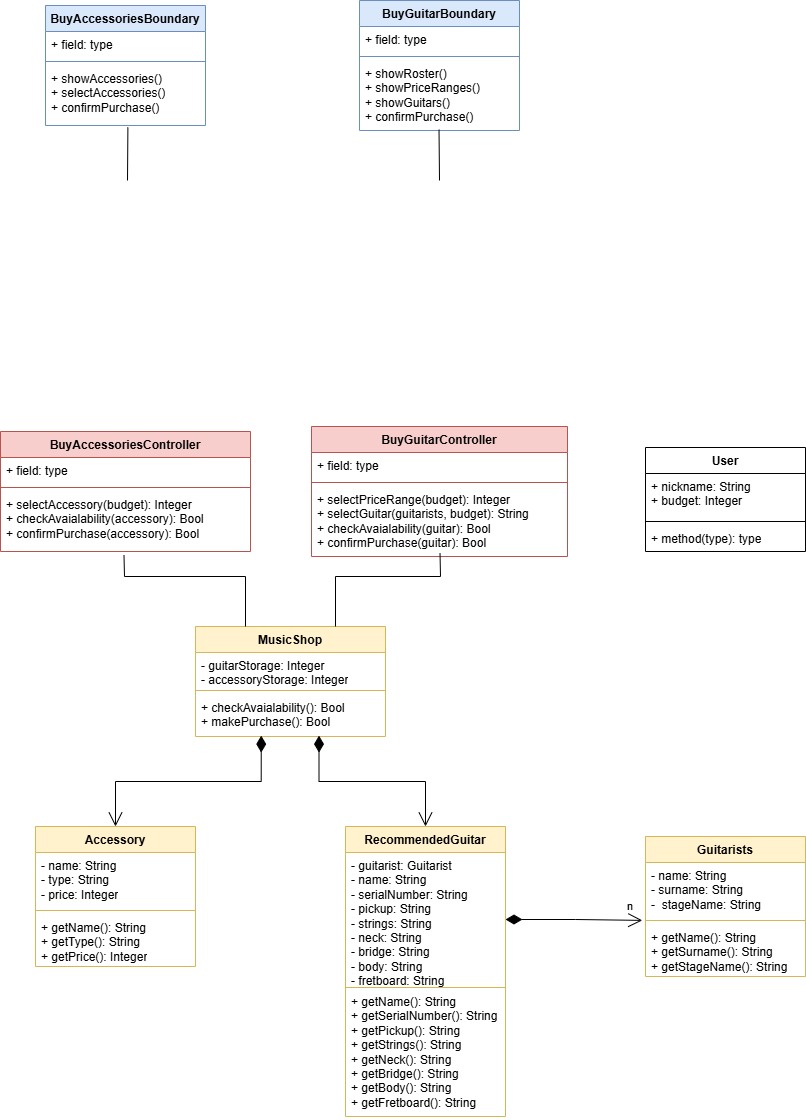
This is diagrams/BCEM.drawio.png from TizianoLilli/ISPW-Project, a draw.io export, as it was before one commit. Source tidied: cells renumbered, new cells last; positions are measured from the earlier drawing's top-left corner, leaving out a move shared by most shapes.
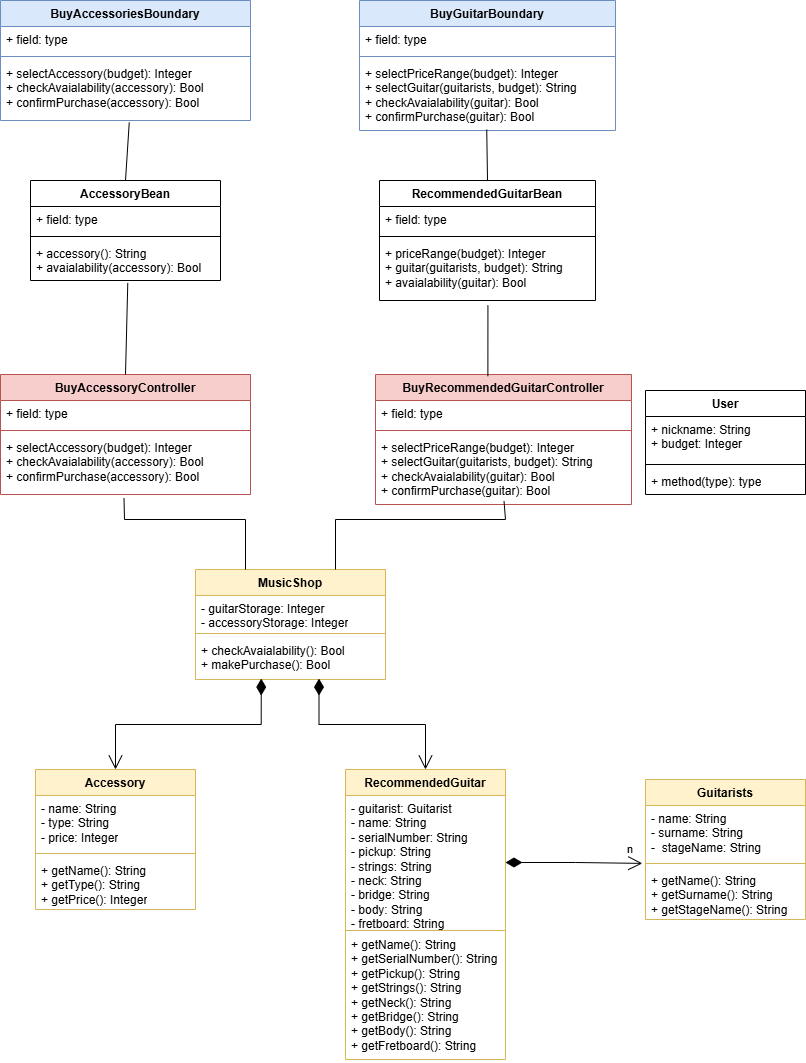
After the commit.

Diff of the diagram source:
```diff
@@ -38,8 +38,8 @@
     <mxCell id="13" value="+ method(type): type" style="text;strokeColor=none;fillColor=none;align=left;verticalAlign=top;spacingLeft=4;spacingRight=4;overflow=hidden;whiteSpace=wrap;html=1;" parent="10" vertex="1">
       <mxGeometry y="78" width="160" height="26" as="geometry" />
     </mxCell>
-    <mxCell id="14" value="BuyGuitarController" style="swimlane;fontStyle=1;align=center;verticalAlign=top;horizontal=1;startSize=26;whiteSpace=wrap;html=1;fillColor=#f8cecc;strokeColor=#b85450;" parent="1" vertex="1">
-      <mxGeometry x="311" y="426" width="256" height="130" as="geometry" />
+    <mxCell id="14" value="BuyRecommendedGuitarController" style="swimlane;fontStyle=1;align=center;verticalAlign=top;horizontal=1;startSize=26;whiteSpace=wrap;html=1;fillColor=#f8cecc;strokeColor=#b85450;" parent="1" vertex="1">
+      <mxGeometry x="375" y="431" width="256" height="130" as="geometry" />
     </mxCell>
     <mxCell id="15" value="+ field: type" style="text;strokeColor=none;fillColor=none;align=left;verticalAlign=top;spacingLeft=4;spacingRight=4;overflow=hidden;whiteSpace=wrap;html=1;" parent="14" vertex="1">
       <mxGeometry y="26" width="256" height="26" as="geometry" />
@@ -51,21 +51,19 @@
       <mxGeometry y="60" width="256" height="70" as="geometry" />
     </mxCell>
     <mxCell id="18" value="BuyGuitarBoundary" style="swimlane;fontStyle=1;align=center;verticalAlign=top;horizontal=1;startSize=26;whiteSpace=wrap;html=1;fillColor=#dae8fc;strokeColor=#6c8ebf;" parent="1" vertex="1">
-      <mxGeometry x="359" width="160" height="130" as="geometry" />
+      <mxGeometry x="359" y="57" width="256" height="130" as="geometry" />
     </mxCell>
     <mxCell id="19" value="+ field: type" style="text;strokeColor=none;fillColor=none;align=left;verticalAlign=top;spacingLeft=4;spacingRight=4;overflow=hidden;whiteSpace=wrap;html=1;" parent="18" vertex="1">
-      <mxGeometry y="26" width="160" height="26" as="geometry" />
+      <mxGeometry y="26" width="256" height="26" as="geometry" />
     </mxCell>
     <mxCell id="20" style="line;strokeWidth=1;fillColor=none;align=left;verticalAlign=middle;spacingTop=-1;spacingLeft=3;spacingRight=3;labelPosition=right;strokeColor=inherit;" parent="18" vertex="1">
-      <mxGeometry y="52" width="160" height="8" as="geometry" />
+      <mxGeometry y="52" width="256" height="8" as="geometry" />
     </mxCell>
-    <mxCell id="21" value="+ showRoster()&lt;div&gt;+ showPriceRanges()&lt;/div&gt;&lt;div&gt;+ showGuitars()&lt;/div&gt;&lt;div&gt;+ confirmPurchase()&lt;/div&gt;" style="text;strokeColor=none;fillColor=none;align=left;verticalAlign=top;spacingLeft=4;spacingRight=4;overflow=hidden;points=[[0,0.5],[1,0.5]];portConstraint=eastwest;whiteSpace=wrap;html=1;" parent="18" vertex="1">
-      <mxGeometry y="60" width="160" height="70" as="geometry" />
+    <mxCell id="21" value="+ selectPriceRange(budget): Integer&lt;div&gt;+ selectGuitar(guitarists, budget): String&lt;/div&gt;&lt;div&gt;+ checkAvaialability(guitar): Bool&lt;/div&gt;&lt;div&gt;+ confirmPurchase(guitar): Bool&lt;/div&gt;" style="text;strokeColor=none;fillColor=none;align=left;verticalAlign=top;spacingLeft=4;spacingRight=4;overflow=hidden;points=[[0,0.5],[1,0.5]];portConstraint=eastwest;whiteSpace=wrap;html=1;" parent="18" vertex="1">
+      <mxGeometry y="60" width="256" height="70" as="geometry" />
     </mxCell>
-    <mxCell id="22" style="endArrow=none;html=1;rounded=0;exitX=0.497;exitY=0.988;exitDx=0;exitDy=0;exitPerimeter=0;" parent="1" edge="1" source="21">
-      <mxGeometry relative="1" as="geometry">
-        <mxPoint x="439" y="180" as="targetPoint" />
-      </mxGeometry>
+    <mxCell id="22" style="endArrow=none;html=1;rounded=0;exitX=0.497;exitY=0.988;exitDx=0;exitDy=0;exitPerimeter=0;entryX=0.5;entryY=0;entryDx=0;entryDy=0;" parent="1" edge="1" source="21" target="49">
+      <mxGeometry relative="1" as="geometry" />
     </mxCell>
     <mxCell id="23" value="MusicShop" style="swimlane;fontStyle=1;align=center;verticalAlign=top;horizontal=1;startSize=26;whiteSpace=wrap;html=1;fillColor=#fff2cc;strokeColor=#d6b656;" parent="1" vertex="1">
       <mxGeometry x="195" y="626" width="190" height="110" as="geometry" />
@@ -91,7 +89,7 @@
     <mxCell id="30" value="+ getName(): String&lt;div&gt;+ getType(): String&lt;/div&gt;&lt;div&gt;+ getPrice(): Integer&lt;/div&gt;" style="text;strokeColor=none;fillColor=none;align=left;verticalAlign=top;spacingLeft=4;spacingRight=4;overflow=hidden;whiteSpace=wrap;html=1;" parent="27" vertex="1">
       <mxGeometry y="88" width="160" height="52" as="geometry" />
     </mxCell>
-    <mxCell id="31" value="BuyAccessoriesController" style="swimlane;fontStyle=1;align=center;verticalAlign=top;horizontal=1;startSize=26;whiteSpace=wrap;html=1;fillColor=#f8cecc;strokeColor=#b85450;" parent="1" vertex="1">
+    <mxCell id="31" value="BuyAccessoryController" style="swimlane;fontStyle=1;align=center;verticalAlign=top;horizontal=1;startSize=26;whiteSpace=wrap;html=1;fillColor=#f8cecc;strokeColor=#b85450;" parent="1" vertex="1">
       <mxGeometry y="431" width="250" height="120" as="geometry" />
     </mxCell>
     <mxCell id="32" value="+ field: type" style="text;strokeColor=none;fillColor=none;align=left;verticalAlign=top;spacingLeft=4;spacingRight=4;overflow=hidden;whiteSpace=wrap;html=1;" parent="31" vertex="1">
@@ -104,23 +102,23 @@
       <mxGeometry y="60" width="250" height="60" as="geometry" />
     </mxCell>
     <mxCell id="35" value="BuyAccessoriesBoundary" style="swimlane;fontStyle=1;align=center;verticalAlign=top;horizontal=1;startSize=26;whiteSpace=wrap;html=1;fillColor=#dae8fc;strokeColor=#6c8ebf;" parent="1" vertex="1">
-      <mxGeometry x="45" y="5" width="160" height="120" as="geometry" />
+      <mxGeometry y="57" width="250" height="120" as="geometry" />
     </mxCell>
     <mxCell id="36" value="+ field: type" style="text;strokeColor=none;fillColor=none;align=left;verticalAlign=top;spacingLeft=4;spacingRight=4;overflow=hidden;whiteSpace=wrap;html=1;" parent="35" vertex="1">
-      <mxGeometry y="26" width="160" height="26" as="geometry" />
+      <mxGeometry y="26" width="250" height="26" as="geometry" />
     </mxCell>
     <mxCell id="37" style="line;strokeWidth=1;fillColor=none;align=left;verticalAlign=middle;spacingTop=-1;spacingLeft=3;spacingRight=3;labelPosition=right;strokeColor=inherit;" parent="35" vertex="1">
-      <mxGeometry y="52" width="160" height="8" as="geometry" />
+      <mxGeometry y="52" width="250" height="8" as="geometry" />
     </mxCell>
-    <mxCell id="38" value="+ showAccessories()&lt;div&gt;+ selectAccessories()&lt;/div&gt;&lt;div&gt;+ confirmPurchase()&lt;/div&gt;" style="text;strokeColor=none;fillColor=none;align=left;verticalAlign=top;spacingLeft=4;spacingRight=4;overflow=hidden;points=[[0,0.5],[1,0.5]];portConstraint=eastwest;whiteSpace=wrap;html=1;" parent="35" vertex="1">
-      <mxGeometry y="60" width="160" height="60" as="geometry" />
+    <mxCell id="38" value="+ selectAccessory(budget): Integer&lt;div&gt;+ checkAvaialability(accessory): Bool&lt;/div&gt;&lt;div&gt;+ confirmPurchase(accessory): Bool&lt;/div&gt;" style="text;strokeColor=none;fillColor=none;align=left;verticalAlign=top;spacingLeft=4;spacingRight=4;overflow=hidden;points=[[0,0.5],[1,0.5]];portConstraint=eastwest;whiteSpace=wrap;html=1;" parent="35" vertex="1">
+      <mxGeometry y="60" width="250" height="60" as="geometry" />
     </mxCell>
     <mxCell id="39" style="endArrow=none;html=1;rounded=0;entryX=0.502;entryY=0.95;entryDx=0;entryDy=0;entryPerimeter=0;" parent="1" edge="1" target="17">
       <mxGeometry relative="1" as="geometry">
         <mxPoint x="335" y="626" as="sourcePoint" />
         <Array as="points">
           <mxPoint x="335" y="576" />
-          <mxPoint x="440" y="576" />
+          <mxPoint x="505" y="576" />
         </Array>
       </mxGeometry>
     </mxCell>
@@ -133,10 +131,8 @@
         </Array>
       </mxGeometry>
     </mxCell>
-    <mxCell id="41" style="endArrow=none;html=1;rounded=0;entryX=0.515;entryY=1.032;entryDx=0;entryDy=0;entryPerimeter=0;" parent="1" edge="1" target="38">
-      <mxGeometry relative="1" as="geometry">
-        <mxPoint x="127" y="180" as="sourcePoint" />
-      </mxGeometry>
+    <mxCell id="41" style="endArrow=none;html=1;rounded=0;entryX=0.515;entryY=1.032;entryDx=0;entryDy=0;entryPerimeter=0;exitX=0.5;exitY=0;exitDx=0;exitDy=0;" parent="1" edge="1" source="45" target="38">
+      <mxGeometry relative="1" as="geometry" />
     </mxCell>
     <mxCell id="42" style="endArrow=open;html=1;endSize=12;startArrow=diamondThin;startSize=14;startFill=1;edgeStyle=orthogonalEdgeStyle;align=left;verticalAlign=bottom;rounded=0;entryX=0.5;entryY=0;entryDx=0;entryDy=0;exitX=0.346;exitY=0.979;exitDx=0;exitDy=0;exitPerimeter=0;" parent="1" edge="1" source="26" target="27">
       <mxGeometry x="-0.61" y="43" relative="1" as="geometry">
@@ -151,5 +147,35 @@
     <mxCell id="44" value="n" style="endArrow=open;html=1;endSize=12;startArrow=diamondThin;startSize=14;startFill=1;edgeStyle=orthogonalEdgeStyle;align=left;verticalAlign=bottom;rounded=0;entryX=-0.02;entryY=-0.079;entryDx=0;entryDy=0;exitX=1;exitY=0.5;exitDx=0;exitDy=0;entryPerimeter=0;" parent="1" edge="1" source="7" target="5">
       <mxGeometry x="0.76" y="5" relative="1" as="geometry" />
     </mxCell>
+    <mxCell id="45" value="AccessoryBean" style="swimlane;fontStyle=1;align=center;verticalAlign=top;horizontal=1;startSize=26;whiteSpace=wrap;html=1;" parent="1" vertex="1">
+      <mxGeometry x="30" y="237" width="190" height="100" as="geometry" />
+    </mxCell>
+    <mxCell id="46" value="+ field: type" style="text;strokeColor=none;fillColor=none;align=left;verticalAlign=top;spacingLeft=4;spacingRight=4;overflow=hidden;whiteSpace=wrap;html=1;" parent="45" vertex="1">
+      <mxGeometry y="26" width="190" height="26" as="geometry" />
+    </mxCell>
+    <mxCell id="47" style="line;strokeWidth=1;fillColor=none;align=left;verticalAlign=middle;spacingTop=-1;spacingLeft=3;spacingRight=3;labelPosition=right;strokeColor=inherit;" parent="45" vertex="1">
+      <mxGeometry y="52" width="190" height="8" as="geometry" />
+    </mxCell>
+    <mxCell id="48" value="+ accessory(): String&lt;div&gt;+ avaialability(accessory): Bool&lt;/div&gt;" style="text;strokeColor=none;fillColor=none;align=left;verticalAlign=top;spacingLeft=4;spacingRight=4;overflow=hidden;points=[[0,0.5],[1,0.5]];portConstraint=eastwest;whiteSpace=wrap;html=1;" parent="45" vertex="1">
+      <mxGeometry y="60" width="190" height="40" as="geometry" />
+    </mxCell>
+    <mxCell id="49" value="RecommendedGuitarBean" style="swimlane;fontStyle=1;align=center;verticalAlign=top;horizontal=1;startSize=26;whiteSpace=wrap;html=1;" parent="1" vertex="1">
+      <mxGeometry x="379" y="237" width="216" height="120" as="geometry" />
+    </mxCell>
+    <mxCell id="50" value="+ field: type" style="text;strokeColor=none;fillColor=none;align=left;verticalAlign=top;spacingLeft=4;spacingRight=4;overflow=hidden;whiteSpace=wrap;html=1;" parent="49" vertex="1">
+      <mxGeometry y="26" width="216" height="26" as="geometry" />
+    </mxCell>
+    <mxCell id="51" style="line;strokeWidth=1;fillColor=none;align=left;verticalAlign=middle;spacingTop=-1;spacingLeft=3;spacingRight=3;labelPosition=right;strokeColor=inherit;" parent="49" vertex="1">
+      <mxGeometry y="52" width="216" height="8" as="geometry" />
+    </mxCell>
+    <mxCell id="52" value="+ priceRange(budget): Integer&lt;div&gt;+ guitar(guitarists, budget): String&lt;/div&gt;&lt;div&gt;+ avaialability(guitar): Bool&lt;/div&gt;&lt;div&gt;&lt;br&gt;&lt;/div&gt;" style="text;strokeColor=none;fillColor=none;align=left;verticalAlign=top;spacingLeft=4;spacingRight=4;overflow=hidden;points=[[0,0.5],[1,0.5]];portConstraint=eastwest;whiteSpace=wrap;html=1;" parent="49" vertex="1">
+      <mxGeometry y="60" width="216" height="60" as="geometry" />
+    </mxCell>
+    <mxCell id="53" style="endArrow=none;html=1;rounded=0;exitX=0.5;exitY=0;exitDx=0;exitDy=0;entryX=0.512;entryY=1.061;entryDx=0;entryDy=0;entryPerimeter=0;" parent="1" edge="1" source="31" target="48">
+      <mxGeometry relative="1" as="geometry" />
+    </mxCell>
+    <mxCell id="54" style="endArrow=none;html=1;rounded=0;exitX=0.439;exitY=0.014;exitDx=0;exitDy=0;entryX=0.502;entryY=1.078;entryDx=0;entryDy=0;entryPerimeter=0;exitPerimeter=0;" parent="1" edge="1" source="14" target="52">
+      <mxGeometry relative="1" as="geometry" />
+    </mxCell>
   </root>
 </mxGraphModel>
```
